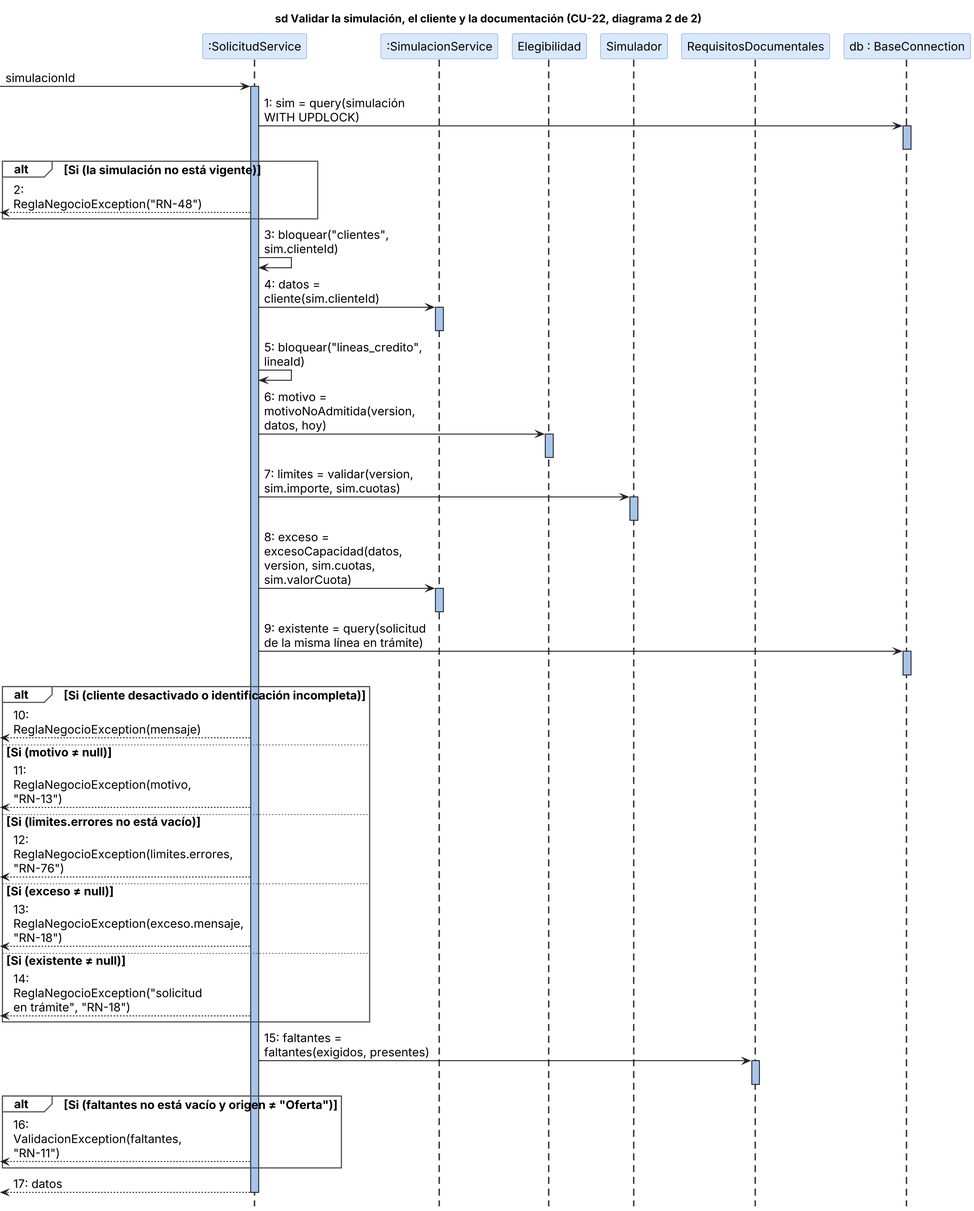
This is docs/diseno/secuencias/png/cu22_2.png from ivanthoux/sigccr, a PlantUML export, as it was before one commit.
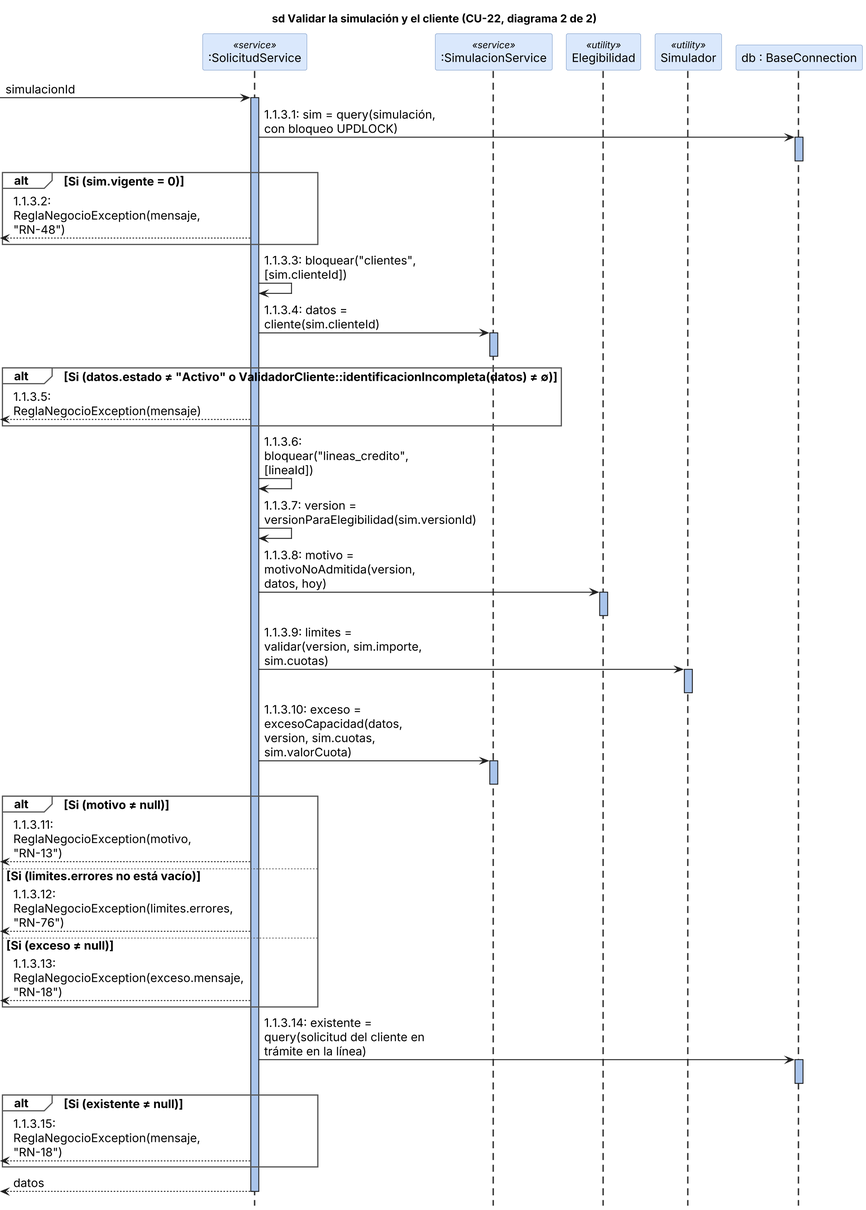
The same file after the commit.

Diff of the diagram source:
```diff
@@ -1,45 +1,43 @@
 @startuml
+skinparamlocked dpi 200
 !include estilo.iuml
-title sd Validar la simulación, el cliente y la documentación (CU-22, diagrama 2 de 2)
-participant ":SolicitudService" as S
-participant ":SimulacionService" as SM
-participant "Elegibilidad" as EL
-participant "Simulador" as SI
-participant "RequisitosDocumentales" as RD
+title sd Validar la simulación y el cliente (CU-22, diagrama 2 de 2)
+participant ":SolicitudService" as S <<service>>
+participant ":SimulacionService" as SM <<service>>
+participant "Elegibilidad" as EL <<utility>>
+participant "Simulador" as SI <<utility>>
 participant "db : BaseConnection" as DB
 [-> S ++ : simulacionId
-S -> DB ++ : 1: sim = query(simulación WITH UPDLOCK)
+S -> DB ++ : 1.1.3.1: sim = query(simulación, con bloqueo UPDLOCK)
 deactivate DB
-alt Si (la simulación no está vigente)
-  [<-- S : 2: ReglaNegocioException("RN-48")
+alt Si (sim.vigente = 0)
+  [<-- S : 1.1.3.2: ReglaNegocioException(mensaje, "RN-48")
 end
-S -> S : 3: bloquear("clientes", sim.clienteId)
-S -> SM ++ : 4: datos = cliente(sim.clienteId)
+S -> S : 1.1.3.3: bloquear("clientes", [sim.clienteId])
+S -> SM ++ : 1.1.3.4: datos = cliente(sim.clienteId)
 deactivate SM
-S -> S : 5: bloquear("lineas_credito", lineaId)
-S -> EL ++ : 6: motivo = motivoNoAdmitida(version, datos, hoy)
+alt Si (datos.estado ≠ "Activo" o ValidadorCliente::identificacionIncompleta(datos) ≠ ∅)
+  [<-- S : 1.1.3.5: ReglaNegocioException(mensaje)
+end
+S -> S : 1.1.3.6: bloquear("lineas_credito", [lineaId])
+S -> S : 1.1.3.7: version = versionParaElegibilidad(sim.versionId)
+S -> EL ++ : 1.1.3.8: motivo = motivoNoAdmitida(version, datos, hoy)
 deactivate EL
-S -> SI ++ : 7: limites = validar(version, sim.importe, sim.cuotas)
+S -> SI ++ : 1.1.3.9: limites = validar(version, sim.importe, sim.cuotas)
 deactivate SI
-S -> SM ++ : 8: exceso = excesoCapacidad(datos, version, sim.cuotas, sim.valorCuota)
+S -> SM ++ : 1.1.3.10: exceso = excesoCapacidad(datos, version, sim.cuotas, sim.valorCuota)
 deactivate SM
-S -> DB ++ : 9: existente = query(solicitud de la misma línea en trámite)
+alt Si (motivo ≠ null)
+  [<-- S : 1.1.3.11: ReglaNegocioException(motivo, "RN-13")
+else Si (limites.errores no está vacío)
+  [<-- S : 1.1.3.12: ReglaNegocioException(limites.errores, "RN-76")
+else Si (exceso ≠ null)
+  [<-- S : 1.1.3.13: ReglaNegocioException(exceso.mensaje, "RN-18")
+end
+S -> DB ++ : 1.1.3.14: existente = query(solicitud del cliente en trámite en la línea)
 deactivate DB
-alt Si (cliente desactivado o identificación incompleta)
-  [<-- S : 10: ReglaNegocioException(mensaje)
-else Si (motivo ≠ null)
-  [<-- S : 11: ReglaNegocioException(motivo, "RN-13")
-else Si (limites.errores no está vacío)
-  [<-- S : 12: ReglaNegocioException(limites.errores, "RN-76")
-else Si (exceso ≠ null)
-  [<-- S : 13: ReglaNegocioException(exceso.mensaje, "RN-18")
-else Si (existente ≠ null)
-  [<-- S : 14: ReglaNegocioException("solicitud en trámite", "RN-18")
+alt Si (existente ≠ null)
+  [<-- S : 1.1.3.15: ReglaNegocioException(mensaje, "RN-18")
 end
-S -> RD ++ : 15: faltantes = faltantes(exigidos, presentes)
-deactivate RD
-alt Si (faltantes no está vacío y origen ≠ "Oferta")
-  [<-- S : 16: ValidacionException(faltantes, "RN-11")
-end
-[<-- S -- : 17: datos
+[<-- S -- : datos
 @enduml
```
